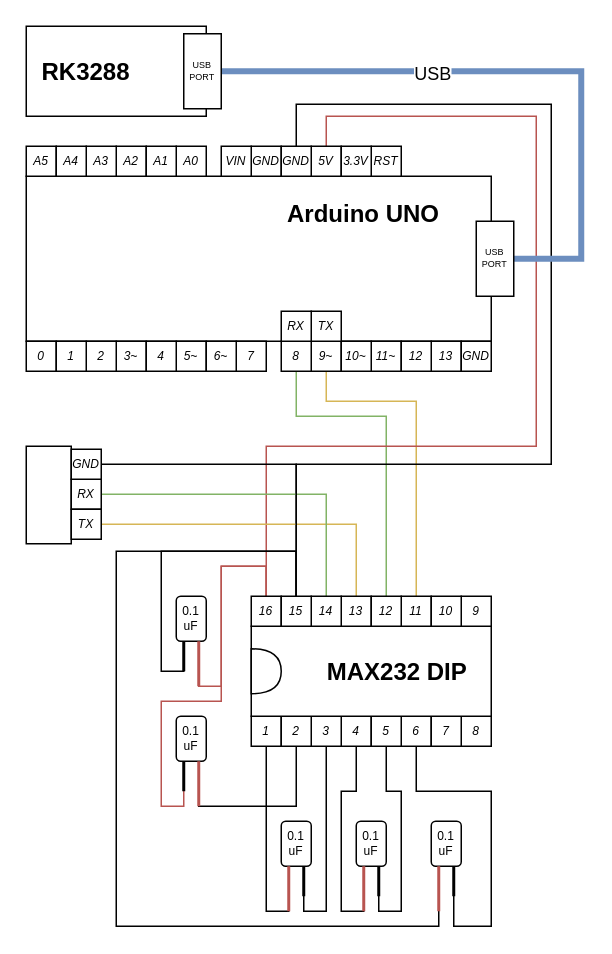
Before: 8. Vending Machine/ArduinoVending.drawio in iwandwip/Magang-OTGroup, a draw.io diagram. Source tidied: cells renumbered, new cells numbered last; positions are measured from the earlier drawing's top-left corner, leaving out a move shared by most shapes. Both pictures are drawn from the tidied source at 150%, with x=0, y=0 at pixel (26, 26).
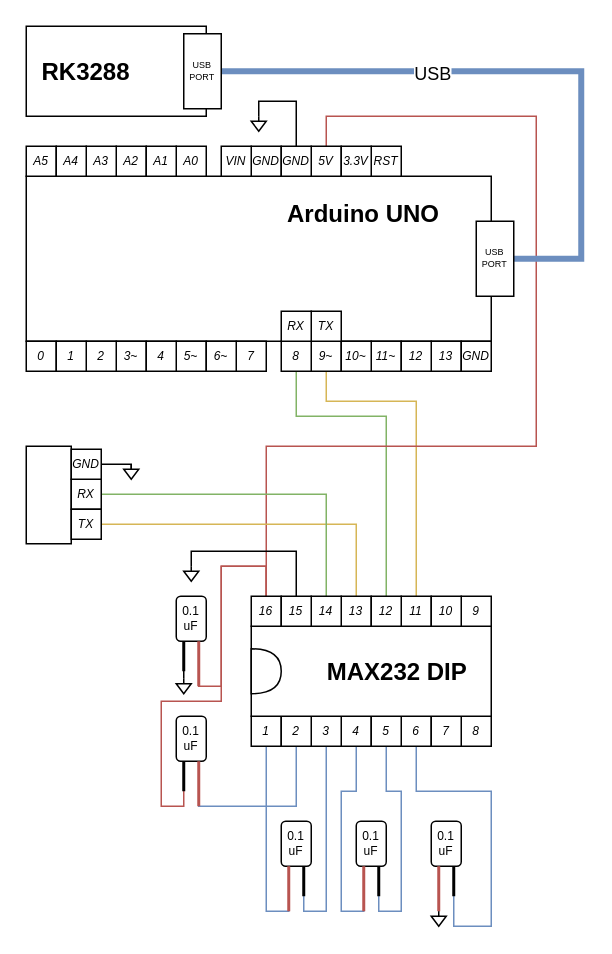
Above is the later version.

The change refers to these unchanged cells:
```xml
<mxCell id="35" value="GND" style="rounded=0;whiteSpace=wrap;html=1;fontSize=8;fontStyle=2;" parent="1" vertex="1">
  <mxGeometry x="170" y="80" width="20" height="20" as="geometry" />
</mxCell>
<mxCell id="45" value="4" style="rounded=0;whiteSpace=wrap;html=1;fontSize=8;fontStyle=2;" parent="1" vertex="1">
  <mxGeometry x="210" y="460" width="20" height="20" as="geometry" />
</mxCell>
<mxCell id="47" value="3" style="rounded=0;whiteSpace=wrap;html=1;fontSize=8;fontStyle=2;" parent="1" vertex="1">
  <mxGeometry x="190" y="460" width="20" height="20" as="geometry" />
</mxCell>
<mxCell id="49" value="6" style="rounded=0;whiteSpace=wrap;html=1;fontSize=8;fontStyle=2;" parent="1" vertex="1">
  <mxGeometry x="250" y="460" width="20" height="20" as="geometry" />
</mxCell>
<mxCell id="51" value="5" style="rounded=0;whiteSpace=wrap;html=1;fontSize=8;fontStyle=2;" parent="1" vertex="1">
  <mxGeometry x="230" y="460" width="20" height="20" as="geometry" />
</mxCell>
<mxCell id="55" value="1" style="rounded=0;whiteSpace=wrap;html=1;fontSize=8;fontStyle=2;" parent="1" vertex="1">
  <mxGeometry x="150" y="460" width="20" height="20" as="geometry" />
</mxCell>
<mxCell id="57" value="2" style="rounded=0;whiteSpace=wrap;html=1;fontSize=8;fontStyle=2;" parent="1" vertex="1">
  <mxGeometry x="170" y="460" width="20" height="20" as="geometry" />
</mxCell>
<mxCell id="72" value="15" style="rounded=0;whiteSpace=wrap;html=1;fontSize=8;fontStyle=2;" parent="1" vertex="1">
  <mxGeometry x="170" y="380" width="20" height="20" as="geometry" />
</mxCell>
<mxCell id="78" value="GND" style="rounded=0;whiteSpace=wrap;html=1;fontSize=8;fontStyle=2;" parent="1" vertex="1">
  <mxGeometry x="30" y="282" width="20" height="20" as="geometry" />
</mxCell>
<mxCell id="79" value="0.1&lt;br&gt;uF" style="rounded=1;whiteSpace=wrap;html=1;fontSize=8;" parent="1" vertex="1">
  <mxGeometry x="170" y="530" width="20" height="30" as="geometry" />
</mxCell>
<mxCell id="83" value="0.1&lt;br&gt;uF" style="rounded=1;whiteSpace=wrap;html=1;fontSize=8;" parent="82" vertex="1">
  <mxGeometry width="20" height="30" as="geometry" />
</mxCell>
<mxCell id="86" value="0.1&lt;br&gt;uF" style="rounded=1;whiteSpace=wrap;html=1;fontSize=8;" parent="1" vertex="1">
  <mxGeometry x="220" y="530" width="20" height="30" as="geometry" />
</mxCell>
<mxCell id="90" value="0.1&lt;br&gt;uF" style="rounded=1;whiteSpace=wrap;html=1;fontSize=8;" parent="89" vertex="1">
  <mxGeometry width="20" height="30" as="geometry" />
</mxCell>
<mxCell id="93" value="0.1&lt;br&gt;uF" style="rounded=1;whiteSpace=wrap;html=1;fontSize=8;" parent="1" vertex="1">
  <mxGeometry x="270" y="530" width="20" height="30" as="geometry" />
</mxCell>
```

The edit, as a diff of the source:
```diff
@@
+    <mxCell id="96" style="edgeStyle=orthogonalEdgeStyle;rounded=0;jettySize=auto;html=1;exitX=0.5;exitY=0;exitDx=0;exitDy=0;exitPerimeter=0;entryX=0.25;entryY=1;entryDx=0;entryDy=0;endArrow=none;endFill=0;" parent="1" edge="1" source="100" target="93">
+      <mxGeometry relative="1" as="geometry" />
+    </mxCell>
@@
-    <mxCell id="34" style="edgeStyle=orthogonalEdgeStyle;rounded=0;orthogonalLoop=1;jettySize=auto;html=1;exitX=0.5;exitY=0;exitDx=0;exitDy=0;entryX=0.5;entryY=0;entryDx=0;entryDy=0;strokeWidth=1;fontSize=12;endArrow=none;endFill=0;" parent="1" edge="1">
-      <mxGeometry relative="1" as="geometry">
-        <mxPoint x="180" y="82" as="sourcePoint" />
-        <mxPoint x="180" y="382" as="targetPoint" />
-        <Array as="points">
-          <mxPoint x="180" y="52" />
-          <mxPoint x="350" y="52" />
-          <mxPoint x="350" y="292" />
-          <mxPoint x="180" y="292" />
-        </Array>
-      </mxGeometry>
-    </mxCell>
+    <mxCell id="97" style="edgeStyle=orthogonalEdgeStyle;rounded=0;jettySize=auto;html=1;exitX=0.5;exitY=0;exitDx=0;exitDy=0;entryX=0.5;entryY=0;entryDx=0;entryDy=0;entryPerimeter=0;endArrow=none;endFill=0;" parent="1" edge="1" source="35" target="105">
+      <mxGeometry relative="1" as="geometry">
+        <Array as="points">
+          <mxPoint x="180" y="50" />
+          <mxPoint x="155" y="50" />
+        </Array>
+      </mxGeometry>
+    </mxCell>
@@
-    <mxCell id="44" style="edgeStyle=orthogonalEdgeStyle;rounded=0;jettySize=auto;html=1;exitX=0.5;exitY=1;exitDx=0;exitDy=0;entryX=0.25;entryY=1;entryDx=0;entryDy=0;strokeWidth=1;fontSize=8;endArrow=none;endFill=0;" parent="1" edge="1" source="45" target="86">
+    <mxCell id="44" style="edgeStyle=orthogonalEdgeStyle;rounded=0;jettySize=auto;html=1;exitX=0.5;exitY=1;exitDx=0;exitDy=0;entryX=0.25;entryY=1;entryDx=0;entryDy=0;strokeWidth=1;fontSize=8;endArrow=none;endFill=0;fillColor=#dae8fc;strokeColor=#6c8ebf;" parent="1" edge="1" source="45" target="86">
       <mxGeometry relative="1" as="geometry">
         <Array as="points">
           <mxPoint x="220" y="510" />
           <mxPoint x="210" y="510" />
           <mxPoint x="210" y="590" />
           <mxPoint x="225" y="590" />
         </Array>
       </mxGeometry>
     </mxCell>
@@
-    <mxCell id="46" style="edgeStyle=orthogonalEdgeStyle;rounded=0;jettySize=auto;html=1;exitX=0.5;exitY=1;exitDx=0;exitDy=0;entryX=0.75;entryY=1;entryDx=0;entryDy=0;strokeWidth=1;fontSize=8;endArrow=none;endFill=0;" parent="1" edge="1" source="47" target="79">
+    <mxCell id="46" style="edgeStyle=orthogonalEdgeStyle;rounded=0;jettySize=auto;html=1;exitX=0.5;exitY=1;exitDx=0;exitDy=0;entryX=0.75;entryY=1;entryDx=0;entryDy=0;strokeWidth=1;fontSize=8;endArrow=none;endFill=0;fillColor=#dae8fc;strokeColor=#6c8ebf;" parent="1" edge="1" source="47" target="79">
       <mxGeometry relative="1" as="geometry">
         <Array as="points">
           <mxPoint x="200" y="590" />
           <mxPoint x="185" y="590" />
         </Array>
       </mxGeometry>
     </mxCell>
@@
-    <mxCell id="48" style="edgeStyle=orthogonalEdgeStyle;rounded=0;jettySize=auto;html=1;exitX=0.5;exitY=1;exitDx=0;exitDy=0;entryX=0.75;entryY=1;entryDx=0;entryDy=0;strokeWidth=1;fontSize=8;endArrow=none;endFill=0;fillColor=#fff2cc;strokeColor=#000000;" parent="1" edge="1" source="49" target="93">
+    <mxCell id="48" style="edgeStyle=orthogonalEdgeStyle;rounded=0;jettySize=auto;html=1;exitX=0.5;exitY=1;exitDx=0;exitDy=0;entryX=0.75;entryY=1;entryDx=0;entryDy=0;strokeWidth=1;fontSize=8;endArrow=none;endFill=0;fillColor=#dae8fc;strokeColor=#6c8ebf;" parent="1" edge="1" source="49" target="93">
       <mxGeometry relative="1" as="geometry">
         <Array as="points">
           <mxPoint x="260" y="510" />
           <mxPoint x="310" y="510" />
           <mxPoint x="310" y="600" />
           <mxPoint x="285" y="600" />
         </Array>
       </mxGeometry>
     </mxCell>
@@
-    <mxCell id="50" style="edgeStyle=orthogonalEdgeStyle;rounded=0;jettySize=auto;html=1;exitX=0.5;exitY=1;exitDx=0;exitDy=0;entryX=0.75;entryY=1;entryDx=0;entryDy=0;strokeWidth=1;fontSize=8;endArrow=none;endFill=0;" parent="1" edge="1" source="51" target="86">
+    <mxCell id="50" style="edgeStyle=orthogonalEdgeStyle;rounded=0;jettySize=auto;html=1;exitX=0.5;exitY=1;exitDx=0;exitDy=0;entryX=0.75;entryY=1;entryDx=0;entryDy=0;strokeWidth=1;fontSize=8;endArrow=none;endFill=0;fillColor=#dae8fc;strokeColor=#6c8ebf;" parent="1" edge="1" source="51" target="86">
       <mxGeometry relative="1" as="geometry">
         <Array as="points">
           <mxPoint x="240" y="510" />
           <mxPoint x="250" y="510" />
           <mxPoint x="250" y="590" />
           <mxPoint x="235" y="590" />
         </Array>
       </mxGeometry>
     </mxCell>
@@
-    <mxCell id="54" style="edgeStyle=orthogonalEdgeStyle;rounded=0;jettySize=auto;html=1;exitX=0.5;exitY=1;exitDx=0;exitDy=0;entryX=0.25;entryY=1;entryDx=0;entryDy=0;strokeWidth=1;fontSize=8;endArrow=none;endFill=0;" parent="1" edge="1" source="55" target="79">
+    <mxCell id="54" style="edgeStyle=orthogonalEdgeStyle;rounded=0;jettySize=auto;html=1;exitX=0.5;exitY=1;exitDx=0;exitDy=0;entryX=0.25;entryY=1;entryDx=0;entryDy=0;strokeWidth=1;fontSize=8;endArrow=none;endFill=0;fillColor=#dae8fc;strokeColor=#6c8ebf;" parent="1" edge="1" source="55" target="79">
       <mxGeometry relative="1" as="geometry">
         <Array as="points">
           <mxPoint x="160" y="590" />
           <mxPoint x="175" y="590" />
         </Array>
       </mxGeometry>
     </mxCell>
@@
-    <mxCell id="56" style="edgeStyle=orthogonalEdgeStyle;rounded=0;jettySize=auto;html=1;exitX=0.5;exitY=1;exitDx=0;exitDy=0;entryX=0.75;entryY=1;entryDx=0;entryDy=0;strokeWidth=1;fontSize=8;endArrow=none;endFill=0;fillColor=#f8cecc;strokeColor=#000000;" parent="1" edge="1" source="57" target="90">
+    <mxCell id="56" style="edgeStyle=orthogonalEdgeStyle;rounded=0;jettySize=auto;html=1;exitX=0.5;exitY=1;exitDx=0;exitDy=0;entryX=0.75;entryY=1;entryDx=0;entryDy=0;strokeWidth=1;fontSize=8;endArrow=none;endFill=0;fillColor=#dae8fc;strokeColor=#6c8ebf;" parent="1" edge="1" source="57" target="90">
       <mxGeometry relative="1" as="geometry">
         <Array as="points">
           <mxPoint x="180" y="520" />
           <mxPoint x="115" y="520" />
         </Array>
       </mxGeometry>
     </mxCell>
@@
-    <mxCell id="69" style="edgeStyle=orthogonalEdgeStyle;rounded=0;jettySize=auto;html=1;exitX=0.5;exitY=0;exitDx=0;exitDy=0;entryX=1;entryY=0.5;entryDx=0;entryDy=0;strokeWidth=1;fontSize=12;endArrow=none;endFill=0;" parent="1" edge="1" source="72" target="78">
-      <mxGeometry relative="1" as="geometry" />
-    </mxCell>
-    <mxCell id="70" style="edgeStyle=orthogonalEdgeStyle;rounded=0;jettySize=auto;html=1;exitX=0.5;exitY=0;exitDx=0;exitDy=0;entryX=0.25;entryY=1;entryDx=0;entryDy=0;strokeWidth=1;fontSize=8;endArrow=none;endFill=0;" parent="1" edge="1" source="72" target="83">
-      <mxGeometry relative="1" as="geometry">
-        <Array as="points">
-          <mxPoint x="180" y="350" />
-          <mxPoint x="90" y="350" />
-          <mxPoint x="90" y="430" />
-          <mxPoint x="105" y="430" />
-        </Array>
-      </mxGeometry>
-    </mxCell>
-    <mxCell id="71" style="edgeStyle=orthogonalEdgeStyle;rounded=0;jettySize=auto;html=1;exitX=0.5;exitY=0;exitDx=0;exitDy=0;entryX=0.25;entryY=1;entryDx=0;entryDy=0;strokeWidth=1;fontSize=8;endArrow=none;endFill=0;" parent="1" edge="1" source="72" target="93">
-      <mxGeometry relative="1" as="geometry">
-        <Array as="points">
-          <mxPoint x="180" y="350" />
-          <mxPoint x="60" y="350" />
-          <mxPoint x="60" y="600" />
-          <mxPoint x="275" y="600" />
-        </Array>
-      </mxGeometry>
-    </mxCell>
+    <mxCell id="98" style="edgeStyle=orthogonalEdgeStyle;rounded=0;jettySize=auto;html=1;exitX=0.5;exitY=0;exitDx=0;exitDy=0;entryX=0.5;entryY=0;entryDx=0;entryDy=0;entryPerimeter=0;endArrow=none;endFill=0;" parent="1" edge="1" source="72" target="104">
+      <mxGeometry relative="1" as="geometry">
+        <Array as="points">
+          <mxPoint x="180" y="350" />
+          <mxPoint x="110" y="350" />
+        </Array>
+      </mxGeometry>
+    </mxCell>
@@
+    <mxCell id="99" style="edgeStyle=orthogonalEdgeStyle;rounded=0;jettySize=auto;html=1;exitX=1;exitY=0.5;exitDx=0;exitDy=0;entryX=0.501;entryY=0.374;entryDx=0;entryDy=0;entryPerimeter=0;endArrow=none;endFill=0;" parent="1" edge="1" source="78" target="103">
+      <mxGeometry relative="1" as="geometry" />
+    </mxCell>
@@
+    <mxCell id="100" style="verticalLabelPosition=bottom;shadow=0;dashed=0;align=center;html=1;verticalAlign=top;shape=mxgraph.electrical.signal_sources.signal_ground;" parent="1" vertex="1">
+      <mxGeometry x="270" y="590" width="10" height="10" as="geometry" />
+    </mxCell>
+    <mxCell id="101" style="edgeStyle=orthogonalEdgeStyle;rounded=0;jettySize=auto;html=1;exitX=0.5;exitY=0;exitDx=0;exitDy=0;exitPerimeter=0;entryX=0.25;entryY=1;entryDx=0;entryDy=0;endArrow=none;endFill=0;" parent="1" edge="1" source="102" target="83">
+      <mxGeometry relative="1" as="geometry" />
+    </mxCell>
+    <mxCell id="102" style="verticalLabelPosition=bottom;shadow=0;dashed=0;align=center;html=1;verticalAlign=top;shape=mxgraph.electrical.signal_sources.signal_ground;" parent="1" vertex="1">
+      <mxGeometry x="100" y="435" width="10" height="10" as="geometry" />
+    </mxCell>
+    <mxCell id="103" style="verticalLabelPosition=bottom;shadow=0;dashed=0;align=center;html=1;verticalAlign=top;shape=mxgraph.electrical.signal_sources.signal_ground;" parent="1" vertex="1">
+      <mxGeometry x="65" y="292" width="10" height="10" as="geometry" />
+    </mxCell>
+    <mxCell id="104" style="verticalLabelPosition=bottom;shadow=0;dashed=0;align=center;html=1;verticalAlign=top;shape=mxgraph.electrical.signal_sources.signal_ground;" parent="1" vertex="1">
+      <mxGeometry x="105" y="360" width="10" height="10" as="geometry" />
+    </mxCell>
+    <mxCell id="105" style="verticalLabelPosition=bottom;shadow=0;dashed=0;align=center;html=1;verticalAlign=top;shape=mxgraph.electrical.signal_sources.signal_ground;" parent="1" vertex="1">
+      <mxGeometry x="150" y="60" width="10" height="10" as="geometry" />
+    </mxCell>
```
